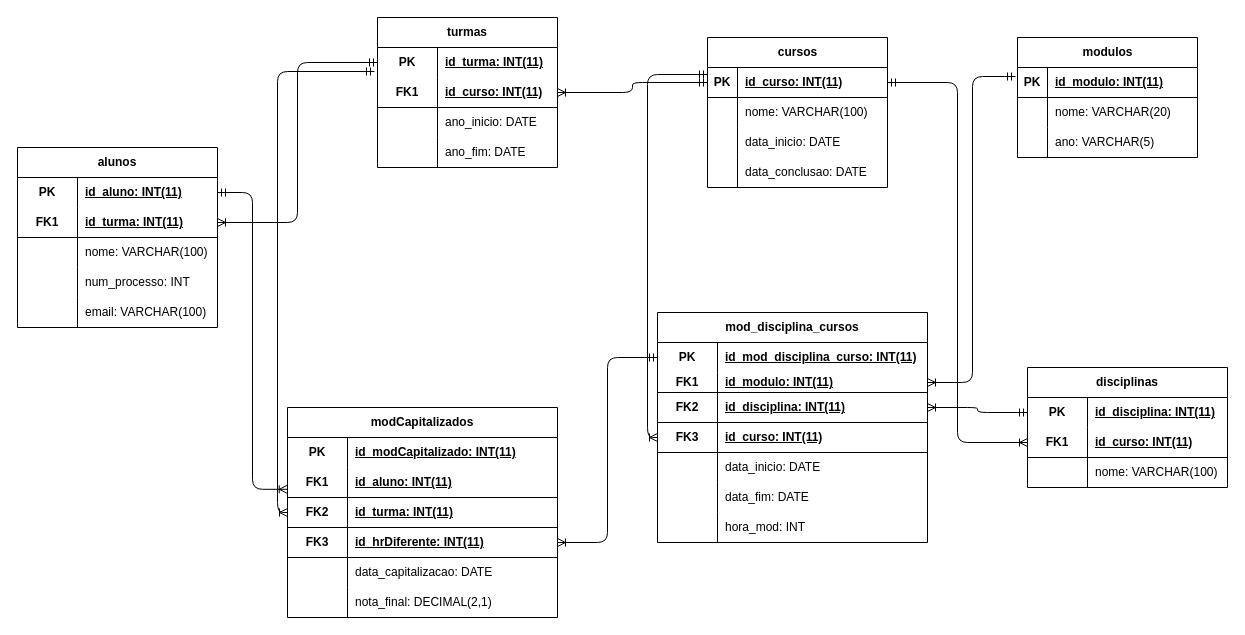
Earlier version of the draw.io diagram gmr_modER.drawio (DaviClementee/Gest_mod_reali_Davi_Mario_Karamjit_Gerry). Source tidied: cells renumbered, new cells numbered last; positions are measured from the earlier drawing's top-left corner, leaving out a move shared by most shapes. Both pictures are drawn from the tidied source at 100%, with x=0, y=0 at pixel (17, 17).
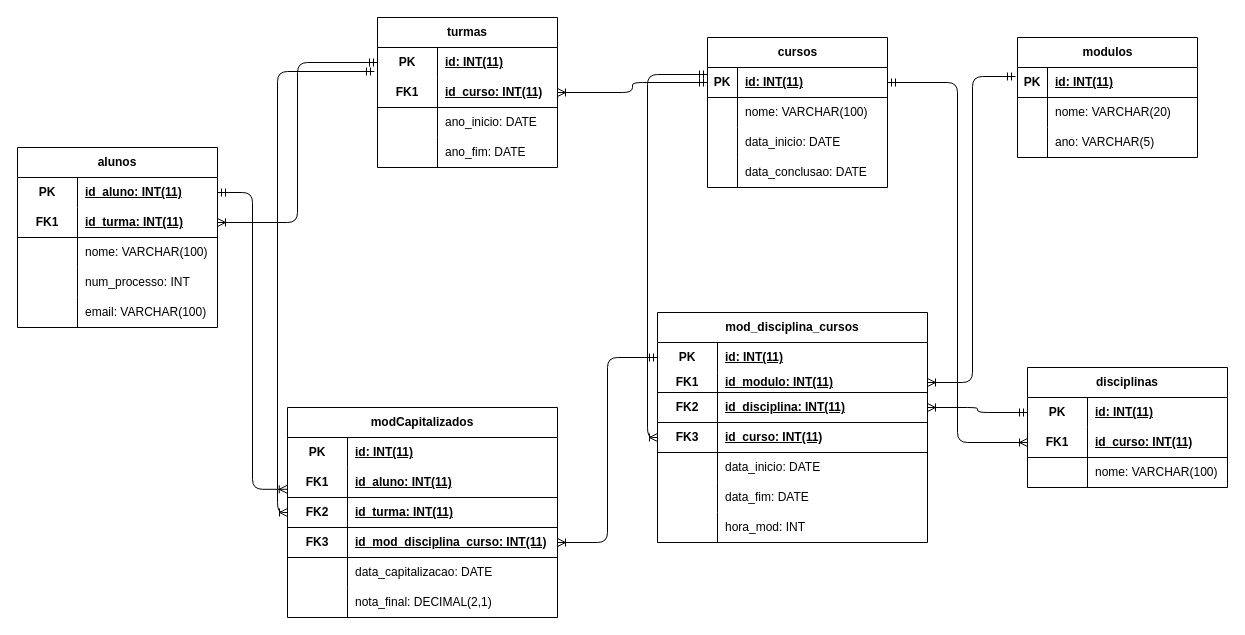
Above is the later version.

Commit message:
Alterei mod_ER.

Unchanged cells that the change refers to:
```xml
<mxCell id="3" style="shape=tableRow;horizontal=0;startSize=0;swimlaneHead=0;swimlaneBody=0;fillColor=none;points=[[0,0.5],[1,0.5]];portConstraint=eastwest;top=0;left=0;right=0;bottom=0;html=1;" parent="2" vertex="1">
  <mxGeometry y="30" width="180" height="30" as="geometry" />
</mxCell>
<mxCell id="32" style="shape=tableRow;horizontal=0;startSize=0;swimlaneHead=0;swimlaneBody=0;fillColor=none;points=[[0,0.5],[1,0.5]];portConstraint=eastwest;top=0;left=0;right=0;bottom=0;html=1;" parent="31" vertex="1">
  <mxGeometry y="30" width="200" height="30" as="geometry" />
</mxCell>
<mxCell id="46" style="shape=tableRow;horizontal=0;startSize=0;swimlaneHead=0;swimlaneBody=0;fillColor=none;points=[[0,0.5],[1,0.5]];portConstraint=eastwest;top=0;left=0;right=0;bottom=1;" parent="45" vertex="1">
  <mxGeometry y="30" width="180" height="30" as="geometry" />
</mxCell>
<mxCell id="59" style="shape=tableRow;horizontal=0;startSize=0;swimlaneHead=0;swimlaneBody=0;fillColor=none;points=[[0,0.5],[1,0.5]];portConstraint=eastwest;top=0;left=0;right=0;bottom=1;" parent="58" vertex="1">
  <mxGeometry y="30" width="180" height="30" as="geometry" />
</mxCell>
<mxCell id="69" style="shape=tableRow;horizontal=0;startSize=0;swimlaneHead=0;swimlaneBody=0;fillColor=none;points=[[0,0.5],[1,0.5]];portConstraint=eastwest;top=0;left=0;right=0;bottom=0;html=1;" parent="68" vertex="1">
  <mxGeometry y="30" width="270" height="30" as="geometry" />
</mxCell>
<mxCell id="96" style="shape=tableRow;horizontal=0;startSize=0;swimlaneHead=0;swimlaneBody=0;fillColor=none;top=0;left=0;right=0;bottom=0;html=1;" parent="95" vertex="1">
  <mxGeometry y="30" width="270" height="30" as="geometry" />
</mxCell>
<mxCell id="105" style="shape=tableRow;horizontal=0;startSize=0;swimlaneHead=0;swimlaneBody=0;fillColor=none;points=[[0,0.5],[1,0.5]];portConstraint=eastwest;top=0;left=0;right=0;bottom=1;html=1;" parent="95" vertex="1">
  <mxGeometry y="120" width="270" height="30" as="geometry" />
</mxCell>
```

Change to the diagram source:
```diff
@@
-    <mxCell id="5" value="id_turma: INT(11)" style="shape=partialRectangle;fillColor=none;top=0;left=0;bottom=0;right=0;align=left;spacingLeft=6;fontStyle=5;overflow=hidden;html=1;whiteSpace=wrap;" parent="3" vertex="1">
+    <mxCell id="5" value="id: INT(11)" style="shape=partialRectangle;fillColor=none;top=0;left=0;bottom=0;right=0;align=left;spacingLeft=6;fontStyle=5;overflow=hidden;html=1;whiteSpace=wrap;" parent="3" vertex="1">
       <mxGeometry x="60" width="120" height="30" as="geometry" />
     </mxCell>
@@
-    <mxCell id="34" value="id_disciplina: INT(11)" style="shape=partialRectangle;fillColor=none;top=0;left=0;bottom=0;right=0;align=left;spacingLeft=6;fontStyle=5;overflow=hidden;html=1;whiteSpace=wrap;" parent="32" vertex="1">
+    <mxCell id="34" value="id: INT(11)" style="shape=partialRectangle;fillColor=none;top=0;left=0;bottom=0;right=0;align=left;spacingLeft=6;fontStyle=5;overflow=hidden;html=1;whiteSpace=wrap;" parent="32" vertex="1">
       <mxGeometry x="60" width="140" height="30" as="geometry" />
     </mxCell>
@@
-    <mxCell id="48" value="id_curso: INT(11)" style="shape=partialRectangle;fillColor=none;top=0;left=0;bottom=0;right=0;align=left;spacingLeft=6;fontStyle=5;overflow=hidden;whiteSpace=wrap;html=1;" parent="46" vertex="1">
+    <mxCell id="48" value="id: INT(11)" style="shape=partialRectangle;fillColor=none;top=0;left=0;bottom=0;right=0;align=left;spacingLeft=6;fontStyle=5;overflow=hidden;whiteSpace=wrap;html=1;" parent="46" vertex="1">
       <mxGeometry x="30" width="150" height="30" as="geometry" />
     </mxCell>
@@
-    <mxCell id="61" value="id_modulo: INT(11)" style="shape=partialRectangle;fillColor=none;top=0;left=0;bottom=0;right=0;align=left;spacingLeft=6;fontStyle=5;overflow=hidden;whiteSpace=wrap;html=1;" parent="59" vertex="1">
+    <mxCell id="61" value="id: INT(11)" style="shape=partialRectangle;fillColor=none;top=0;left=0;bottom=0;right=0;align=left;spacingLeft=6;fontStyle=5;overflow=hidden;whiteSpace=wrap;html=1;" parent="59" vertex="1">
       <mxGeometry x="30" width="150" height="30" as="geometry" />
     </mxCell>
@@
-    <mxCell id="71" value="id_mod_disciplina_curso: INT(11)" style="shape=partialRectangle;fillColor=none;top=0;left=0;bottom=0;right=0;align=left;spacingLeft=6;fontStyle=5;overflow=hidden;html=1;whiteSpace=wrap;" parent="69" vertex="1">
+    <mxCell id="71" value="id: INT(11)" style="shape=partialRectangle;fillColor=none;top=0;left=0;bottom=0;right=0;align=left;spacingLeft=6;fontStyle=5;overflow=hidden;html=1;whiteSpace=wrap;" parent="69" vertex="1">
       <mxGeometry x="60" width="210" height="30" as="geometry" />
     </mxCell>
@@
-    <mxCell id="98" value="id_modCapitalizado: INT(11)" style="shape=partialRectangle;fillColor=none;top=0;left=0;bottom=0;right=0;align=left;spacingLeft=6;fontStyle=5;overflow=hidden;html=1;whiteSpace=wrap;" parent="96" vertex="1">
+    <mxCell id="98" value="id: INT(11)" style="shape=partialRectangle;fillColor=none;top=0;left=0;bottom=0;right=0;align=left;spacingLeft=6;fontStyle=5;overflow=hidden;html=1;whiteSpace=wrap;" parent="96" vertex="1">
       <mxGeometry x="60" width="210" height="30" as="geometry" />
     </mxCell>
@@
-    <mxCell id="107" value="id_hrDiferente: INT(11)" style="shape=partialRectangle;fillColor=none;top=0;left=0;bottom=0;right=0;align=left;spacingLeft=6;fontStyle=5;overflow=hidden;html=1;whiteSpace=wrap;" parent="105" vertex="1">
+    <mxCell id="107" value="&lt;span style=&quot;color: rgb(0, 0, 0);&quot;&gt;id_mod_disciplina_curso: INT(11)&lt;/span&gt;" style="shape=partialRectangle;fillColor=none;top=0;left=0;bottom=0;right=0;align=left;spacingLeft=6;fontStyle=5;overflow=hidden;html=1;whiteSpace=wrap;" parent="105" vertex="1">
       <mxGeometry x="60" width="210" height="30" as="geometry" />
     </mxCell>
```
